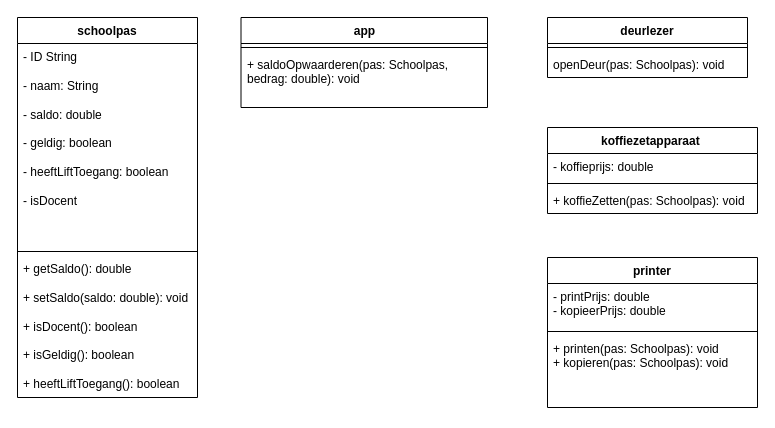
Yonaki51/OOP-extra-opdracht keeps this draw.io diagram as class-diagram-schoolsysteem.drawio. Above is the earlier version. Source tidied: cells renumbered, new cells numbered last; positions are measured from the earlier drawing's top-left corner, leaving out a move shared by most shapes. Both pictures are drawn from the tidied source at 100%, with x=0, y=0 at pixel (17, 17).
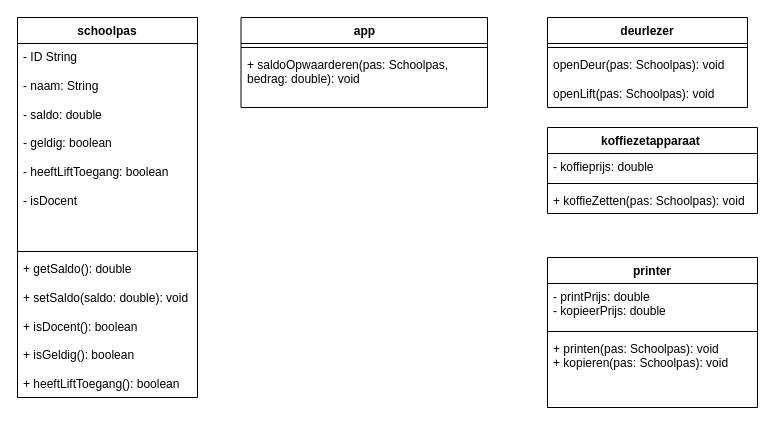
The same diagram, later.

Commit message:
openLift toegevoegd als methode

The edit, as a diff of the source:
```diff
@@
 <mxGraphModel>
   <root>
     <mxCell id="0" />
     <mxCell id="1" parent="0" />
     <mxCell id="2" value="schoolpas" style="swimlane;fontStyle=1;align=center;verticalAlign=top;horizontal=1;startSize=26;whiteSpace=wrap;html=1;" parent="1" vertex="1">
       <mxGeometry width="180" height="380" as="geometry" />
     </mxCell>
     <mxCell id="3" value="- ID String&lt;div&gt;&lt;br&gt;&lt;/div&gt;&lt;div&gt;- naam: String&lt;/div&gt;&lt;div&gt;&lt;br&gt;&lt;/div&gt;&lt;div&gt;- saldo: double&lt;/div&gt;&lt;div&gt;&lt;br&gt;&lt;/div&gt;&lt;div&gt;- geldig: boolean&lt;/div&gt;&lt;div&gt;&lt;br&gt;&lt;/div&gt;&lt;div&gt;- heeftLiftToegang: boolean&lt;/div&gt;&lt;div&gt;&lt;br&gt;&lt;/div&gt;&lt;div&gt;- isDocent&lt;/div&gt;" style="text;strokeColor=none;fillColor=none;align=left;verticalAlign=top;spacingLeft=4;spacingRight=4;overflow=hidden;whiteSpace=wrap;html=1;" parent="2" vertex="1">
       <mxGeometry y="26" width="180" height="204" as="geometry" />
     </mxCell>
     <mxCell id="4" style="line;strokeWidth=1;fillColor=none;align=left;verticalAlign=middle;spacingTop=-1;spacingLeft=3;spacingRight=3;labelPosition=right;strokeColor=inherit;" parent="2" vertex="1">
       <mxGeometry y="230" width="180" height="8" as="geometry" />
     </mxCell>
     <mxCell id="5" value="&lt;div&gt;+ getSaldo(): double&lt;/div&gt;&lt;div&gt;&lt;br&gt;&lt;/div&gt;&lt;div&gt;+ setSaldo(saldo: double): void&lt;/div&gt;&lt;div&gt;&lt;br&gt;&lt;/div&gt;&lt;div&gt;+ isDocent(): boolean&lt;/div&gt;&lt;div&gt;&lt;br&gt;&lt;/div&gt;&lt;div&gt;+ isGeldig(): boolean&lt;/div&gt;&lt;div&gt;&lt;br&gt;&lt;/div&gt;&lt;div&gt;+ heeftLiftToegang(): boolean&lt;/div&gt;" style="text;strokeColor=none;fillColor=none;align=left;verticalAlign=top;spacingLeft=4;spacingRight=4;overflow=hidden;whiteSpace=wrap;html=1;" parent="2" vertex="1">
       <mxGeometry y="238" width="180" height="142" as="geometry" />
     </mxCell>
     <mxCell id="6" value="deurlezer" style="swimlane;fontStyle=1;align=center;verticalAlign=top;horizontal=1;startSize=26;whiteSpace=wrap;html=1;" parent="1" vertex="1">
-      <mxGeometry x="530" width="200" height="60" as="geometry" />
+      <mxGeometry x="530" width="200" height="90" as="geometry" />
     </mxCell>
     <mxCell id="7" style="line;strokeWidth=1;fillColor=none;align=left;verticalAlign=middle;spacingTop=-1;spacingLeft=3;spacingRight=3;labelPosition=right;strokeColor=inherit;" parent="6" vertex="1">
       <mxGeometry y="26" width="200" height="8" as="geometry" />
     </mxCell>
-    <mxCell id="8" value="openDeur(pas: Schoolpas): void" style="text;strokeColor=none;fillColor=none;align=left;verticalAlign=top;spacingLeft=4;spacingRight=4;overflow=hidden;whiteSpace=wrap;html=1;" parent="6" vertex="1">
-      <mxGeometry y="34" width="200" height="26" as="geometry" />
+    <mxCell id="8" value="openDeur(pas: Schoolpas): void&lt;div&gt;&lt;br&gt;&lt;/div&gt;&lt;div&gt;openLift(pas: Schoolpas): void&lt;/div&gt;" style="text;strokeColor=none;fillColor=none;align=left;verticalAlign=top;spacingLeft=4;spacingRight=4;overflow=hidden;whiteSpace=wrap;html=1;" parent="6" vertex="1">
+      <mxGeometry y="34" width="200" height="56" as="geometry" />
     </mxCell>
     <mxCell id="9" value="koffiezetapparaat&amp;nbsp;" style="swimlane;fontStyle=1;align=center;verticalAlign=top;horizontal=1;startSize=26;whiteSpace=wrap;html=1;" parent="1" vertex="1">
       <mxGeometry x="530" y="110" width="210" height="86" as="geometry" />
     </mxCell>
     <mxCell id="10" value="- koffieprijs: double" style="text;strokeColor=none;fillColor=none;align=left;verticalAlign=top;spacingLeft=4;spacingRight=4;overflow=hidden;whiteSpace=wrap;html=1;" parent="9" vertex="1">
       <mxGeometry y="26" width="210" height="26" as="geometry" />
     </mxCell>
     <mxCell id="11" style="line;strokeWidth=1;fillColor=none;align=left;verticalAlign=middle;spacingTop=-1;spacingLeft=3;spacingRight=3;labelPosition=right;strokeColor=inherit;" parent="9" vertex="1">
       <mxGeometry y="52" width="210" height="8" as="geometry" />
     </mxCell>
     <mxCell id="12" value="&lt;div&gt;+ koffieZetten(pas: Schoolpas): void&lt;/div&gt;&lt;div&gt;&lt;br&gt;&lt;/div&gt;" style="text;strokeColor=none;fillColor=none;align=left;verticalAlign=top;spacingLeft=4;spacingRight=4;overflow=hidden;whiteSpace=wrap;html=1;" parent="9" vertex="1">
       <mxGeometry y="60" width="210" height="26" as="geometry" />
     </mxCell>
     <mxCell id="13" value="printer" style="swimlane;fontStyle=1;align=center;verticalAlign=top;horizontal=1;startSize=26;whiteSpace=wrap;html=1;" parent="1" vertex="1">
       <mxGeometry x="530" y="240" width="210" height="150" as="geometry" />
     </mxCell>
     <mxCell id="14" value="&lt;div&gt;- printPrijs: double&lt;/div&gt;&lt;div&gt;- kopieerPrijs: double&lt;/div&gt;" style="text;strokeColor=none;fillColor=none;align=left;verticalAlign=top;spacingLeft=4;spacingRight=4;overflow=hidden;whiteSpace=wrap;html=1;" parent="13" vertex="1">
       <mxGeometry y="26" width="210" height="44" as="geometry" />
     </mxCell>
     <mxCell id="15" style="line;strokeWidth=1;fillColor=none;align=left;verticalAlign=middle;spacingTop=-1;spacingLeft=3;spacingRight=3;labelPosition=right;strokeColor=inherit;" parent="13" vertex="1">
       <mxGeometry y="70" width="210" height="8" as="geometry" />
     </mxCell>
     <mxCell id="16" value="&lt;div&gt;+ printen(pas: Schoolpas): void&lt;/div&gt;&lt;div&gt;+ kopieren(pas: Schoolpas): void&lt;/div&gt;&lt;div&gt;&lt;br&gt;&lt;/div&gt;" style="text;strokeColor=none;fillColor=none;align=left;verticalAlign=top;spacingLeft=4;spacingRight=4;overflow=hidden;whiteSpace=wrap;html=1;" parent="13" vertex="1">
       <mxGeometry y="78" width="210" height="72" as="geometry" />
     </mxCell>
     <mxCell id="17" value="app" style="swimlane;fontStyle=1;align=center;verticalAlign=top;horizontal=1;startSize=26;whiteSpace=wrap;html=1;" parent="1" vertex="1">
       <mxGeometry x="223.5" width="246.5" height="90" as="geometry" />
     </mxCell>
     <mxCell id="18" style="line;strokeWidth=1;fillColor=none;align=left;verticalAlign=middle;spacingTop=-1;spacingLeft=3;spacingRight=3;labelPosition=right;strokeColor=inherit;" parent="17" vertex="1">
       <mxGeometry y="26" width="246.5" height="8" as="geometry" />
     </mxCell>
     <mxCell id="19" value="+ saldoOpwaarderen(pas: Schoolpas, bedrag: double): void" style="text;strokeColor=none;fillColor=none;align=left;verticalAlign=top;spacingLeft=4;spacingRight=4;overflow=hidden;whiteSpace=wrap;html=1;" parent="17" vertex="1">
       <mxGeometry y="34" width="246.5" height="56" as="geometry" />
     </mxCell>
   </root>
 </mxGraphModel>
```
